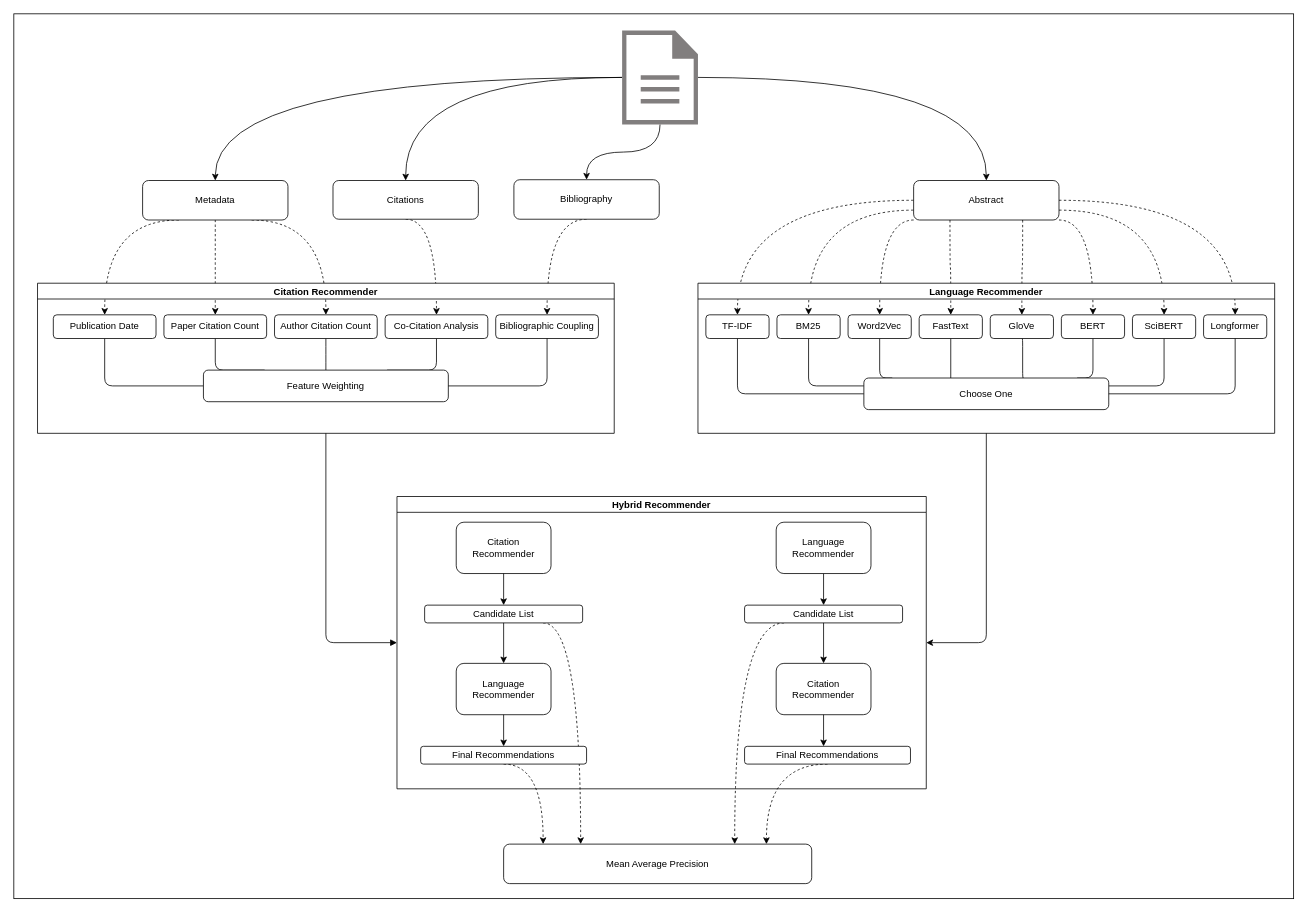
Above: docs/assets/hybrid-architecture.drawio in joel-beck/readnext (draw.io), before the change. Source tidied: cells renumbered, new cells numbered last; positions are measured from the earlier drawing's top-left corner, leaving out a move shared by most shapes. Both pictures are drawn from the tidied source at 79%, with x=0, y=0 at pixel (13, 13).
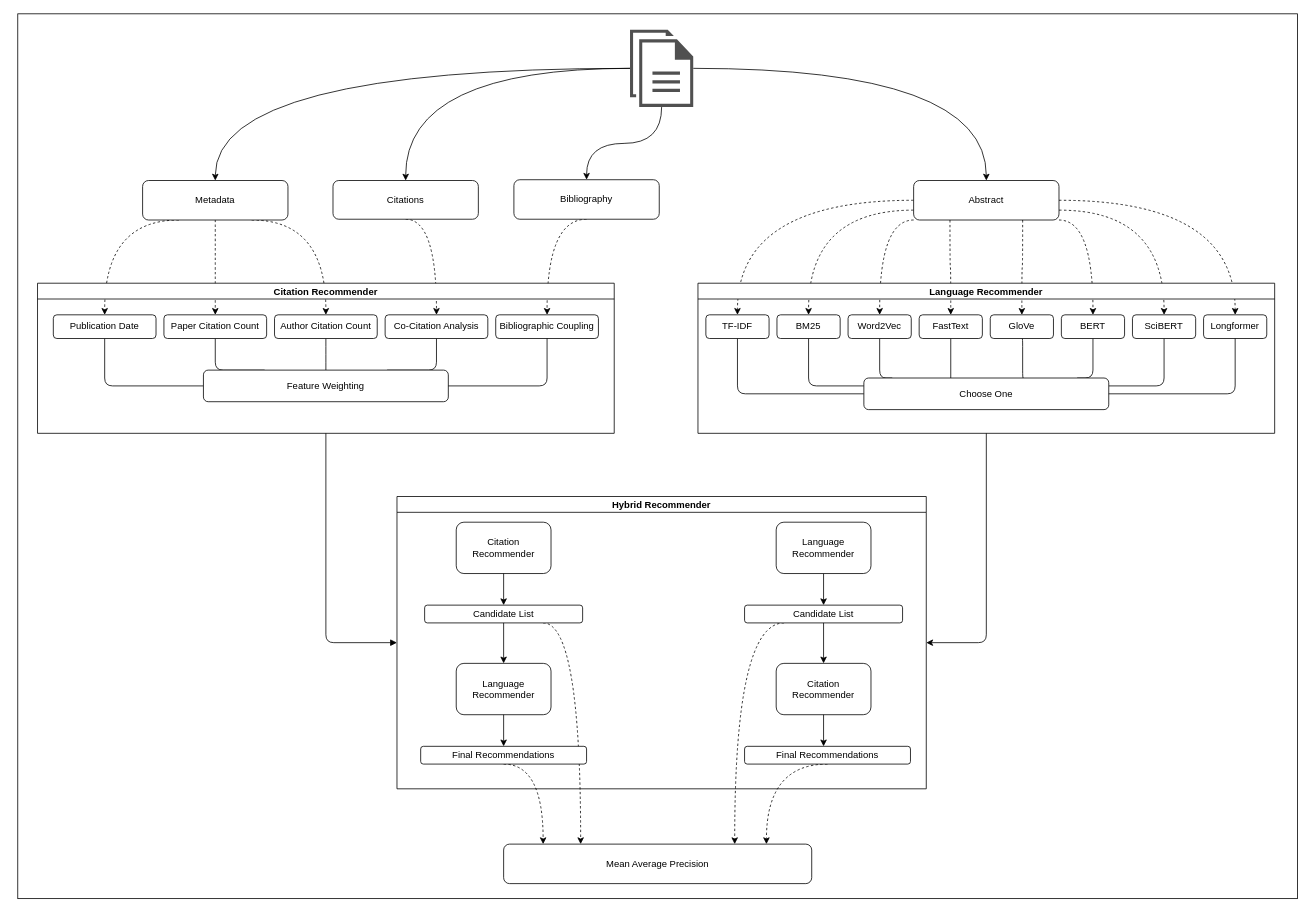
Above is the later version.

The change refers to these unchanged cells:
```xml
<mxCell id="24" value="Abstract" style="rounded=1;whiteSpace=wrap;html=1;" parent="1" vertex="1">
  <mxGeometry x="1139" y="211" width="184" height="50" as="geometry" />
</mxCell>
<mxCell id="26" value="Bibliography" style="rounded=1;whiteSpace=wrap;html=1;" parent="1" vertex="1">
  <mxGeometry x="633" y="210" width="184" height="50" as="geometry" />
</mxCell>
<mxCell id="30" value="Metadata" style="rounded=1;whiteSpace=wrap;html=1;" parent="1" vertex="1">
  <mxGeometry x="163" y="211" width="184" height="50" as="geometry" />
</mxCell>
<mxCell id="65" value="Citations" style="rounded=1;whiteSpace=wrap;html=1;" parent="1" vertex="1">
  <mxGeometry x="404" y="211" width="184" height="49" as="geometry" />
</mxCell>
```

Change to the diagram source:
```diff
@@
     <mxCell id="2" style="rounded=0;whiteSpace=wrap;html=1;strokeColor=default;fillColor=none;gradientColor=none;" parent="1" vertex="1">
-      <mxGeometry width="1620" height="1120" as="geometry" />
+      <mxGeometry x="5" width="1620" height="1120" as="geometry" />
     </mxCell>
@@
-    <mxCell id="5" style="edgeStyle=orthogonalEdgeStyle;curved=1;html=1;strokeColor=default;" parent="1" edge="1" source="9" target="24">
+    <mxCell id="5" style="edgeStyle=orthogonalEdgeStyle;curved=1;html=1;strokeColor=default;" parent="1" edge="1" source="78" target="24">
       <mxGeometry relative="1" as="geometry" />
     </mxCell>
-    <mxCell id="6" style="edgeStyle=orthogonalEdgeStyle;curved=1;html=1;entryX=0.5;entryY=0;entryDx=0;entryDy=0;strokeColor=default;" parent="1" edge="1" source="9" target="30">
+    <mxCell id="6" style="edgeStyle=orthogonalEdgeStyle;curved=1;html=1;entryX=0.5;entryY=0;entryDx=0;entryDy=0;strokeColor=default;" parent="1" edge="1" source="78" target="30">
       <mxGeometry relative="1" as="geometry" />
     </mxCell>
-    <mxCell id="7" style="edgeStyle=orthogonalEdgeStyle;curved=1;html=1;entryX=0.5;entryY=0;entryDx=0;entryDy=0;" parent="1" edge="1" source="9" target="65">
+    <mxCell id="7" style="edgeStyle=orthogonalEdgeStyle;curved=1;html=1;entryX=0.5;entryY=0;entryDx=0;entryDy=0;" parent="1" edge="1" source="78" target="65">
       <mxGeometry relative="1" as="geometry" />
     </mxCell>
-    <mxCell id="8" style="edgeStyle=orthogonalEdgeStyle;curved=1;html=1;" parent="1" edge="1" source="9" target="26">
+    <mxCell id="8" style="edgeStyle=orthogonalEdgeStyle;curved=1;html=1;" parent="1" edge="1" source="78" target="26">
       <mxGeometry relative="1" as="geometry" />
     </mxCell>
-    <mxCell id="9" style="shadow=0;dashed=0;html=1;strokeColor=none;fillColor=#817e7e;labelPosition=center;verticalLabelPosition=bottom;verticalAlign=top;outlineConnect=0;align=center;shape=mxgraph.office.concepts.document;fillStyle=auto;gradientColor=none;" parent="1" vertex="1">
-      <mxGeometry x="770" y="21" width="96" height="119" as="geometry" />
-    </mxCell>
@@
+    <mxCell id="78" style="sketch=0;shadow=0;dashed=0;html=1;strokeColor=none;fillColor=#505050;labelPosition=center;verticalLabelPosition=bottom;verticalAlign=top;outlineConnect=0;align=center;shape=mxgraph.office.concepts.documents;labelBackgroundColor=default;" parent="1" vertex="1">
+      <mxGeometry x="780" y="20" width="80" height="98" as="geometry" />
+    </mxCell>
```
